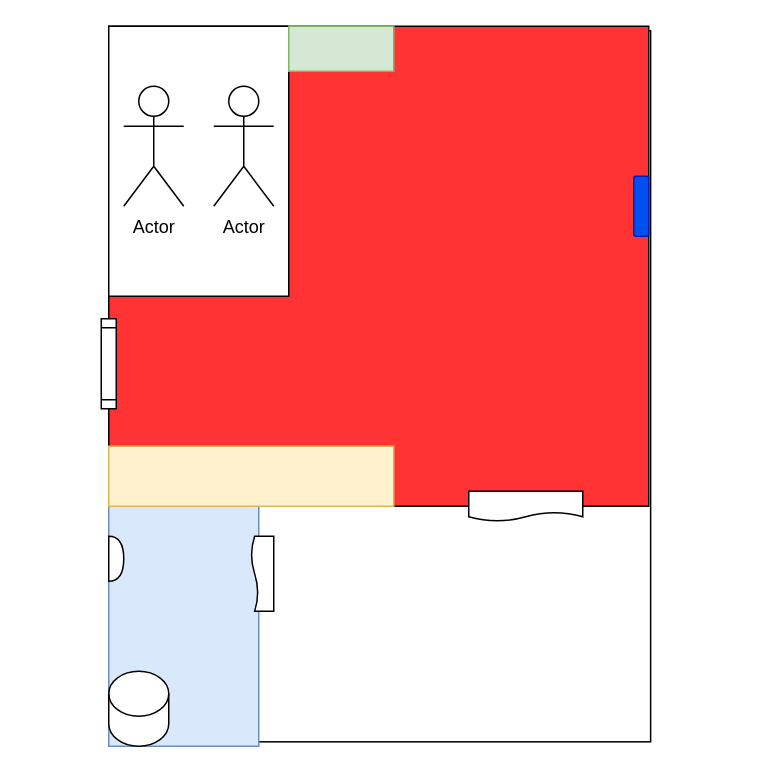
This is Untitled Diagram.drawio from lebuiminhnhan/tinhlua, a draw.io file, before an edit. Source tidied: cells renumbered, new cells numbered last; positions are measured from the earlier drawing's top-left corner, leaving out a move shared by most shapes. Both pictures are drawn from the tidied source at 150%, with x=0, y=0 at pixel (24, -4).
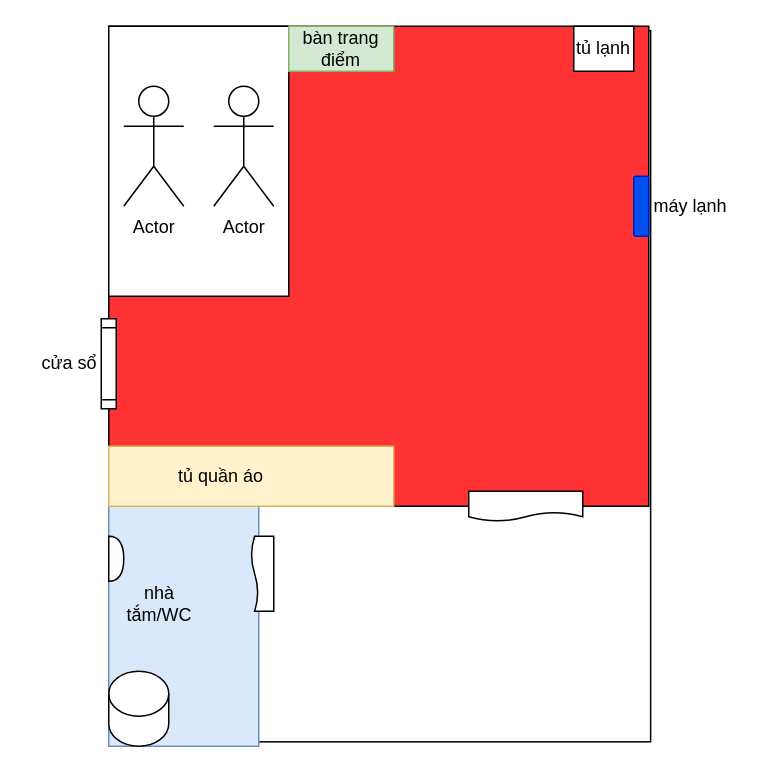
The same diagram, later.

Diff of the diagram source:
```diff
@@
+    <mxCell id="16" value="bàn trang điểm" style="text;html=1;align=center;verticalAlign=middle;whiteSpace=wrap;rounded=0;" parent="1" vertex="1">
+      <mxGeometry x="176" y="20" width="70" height="30" as="geometry" />
+    </mxCell>
+    <mxCell id="17" value="tủ quần áo" style="text;html=1;align=center;verticalAlign=middle;whiteSpace=wrap;rounded=0;" parent="1" vertex="1">
+      <mxGeometry x="66" y="305" width="130" height="30" as="geometry" />
+    </mxCell>
+    <mxCell id="18" value="máy lạnh" style="text;html=1;align=center;verticalAlign=middle;whiteSpace=wrap;rounded=0;" parent="1" vertex="1">
+      <mxGeometry x="414.3" y="125" width="60" height="30" as="geometry" />
+    </mxCell>
+    <mxCell id="19" style="rounded=0;whiteSpace=wrap;html=1;" parent="1" vertex="1">
+      <mxGeometry x="366" y="20" width="40" height="30" as="geometry" />
+    </mxCell>
+    <mxCell id="20" value="tủ lạnh" style="text;html=1;align=center;verticalAlign=middle;whiteSpace=wrap;rounded=0;" parent="1" vertex="1">
+      <mxGeometry x="356" y="20" width="60" height="30" as="geometry" />
+    </mxCell>
+    <mxCell id="21" value="cửa sổ" style="text;html=1;align=center;verticalAlign=middle;whiteSpace=wrap;rounded=0;" parent="1" vertex="1">
+      <mxGeometry x="0.2" y="230" width="60" height="30" as="geometry" />
+    </mxCell>
+    <mxCell id="22" value="nhà tắm/WC" style="text;html=1;align=center;verticalAlign=middle;whiteSpace=wrap;rounded=0;" parent="1" vertex="1">
+      <mxGeometry x="60.2" y="390" width="60" height="30" as="geometry" />
+    </mxCell>
```
